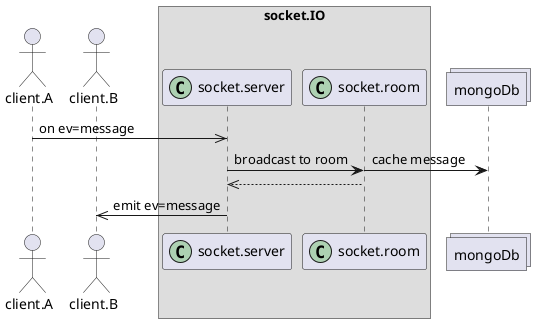
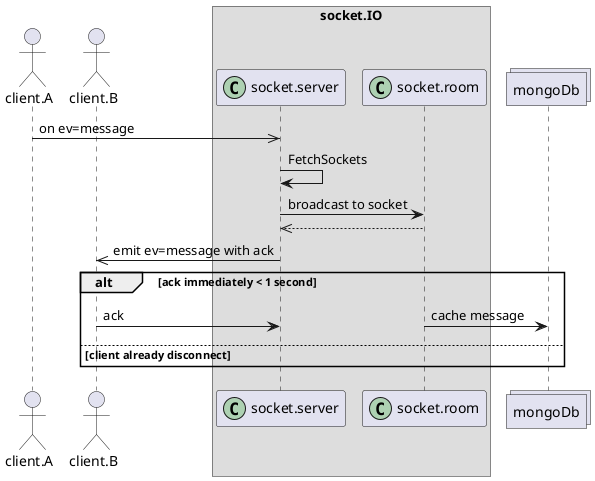
@startuml
'https://plantuml.com/sequence-diagram
!pragma teoz true
actor client.A as client
actor client.B as bclient
box socket.IO
participant socket.server as server <<(C,#ADD1B2)>>
participant socket.room as room <<(C,#ADD1B2)>>
end box
collections mongoDb

client ->> server : on ev=message
- server -> room : broadcast to room
- & room -> mongoDb : cache message
+ server -> server : FetchSockets
+ server -> room : broadcast to socket
room -->> server
- server ->> bclient : emit ev=message
+ server ->> bclient : emit ev=message with ack
+ alt ack immediately < 1 second
+     bclient -> server : ack
+     & room -> mongoDb : cache message
+ else client already disconnect
+ 
@enduml